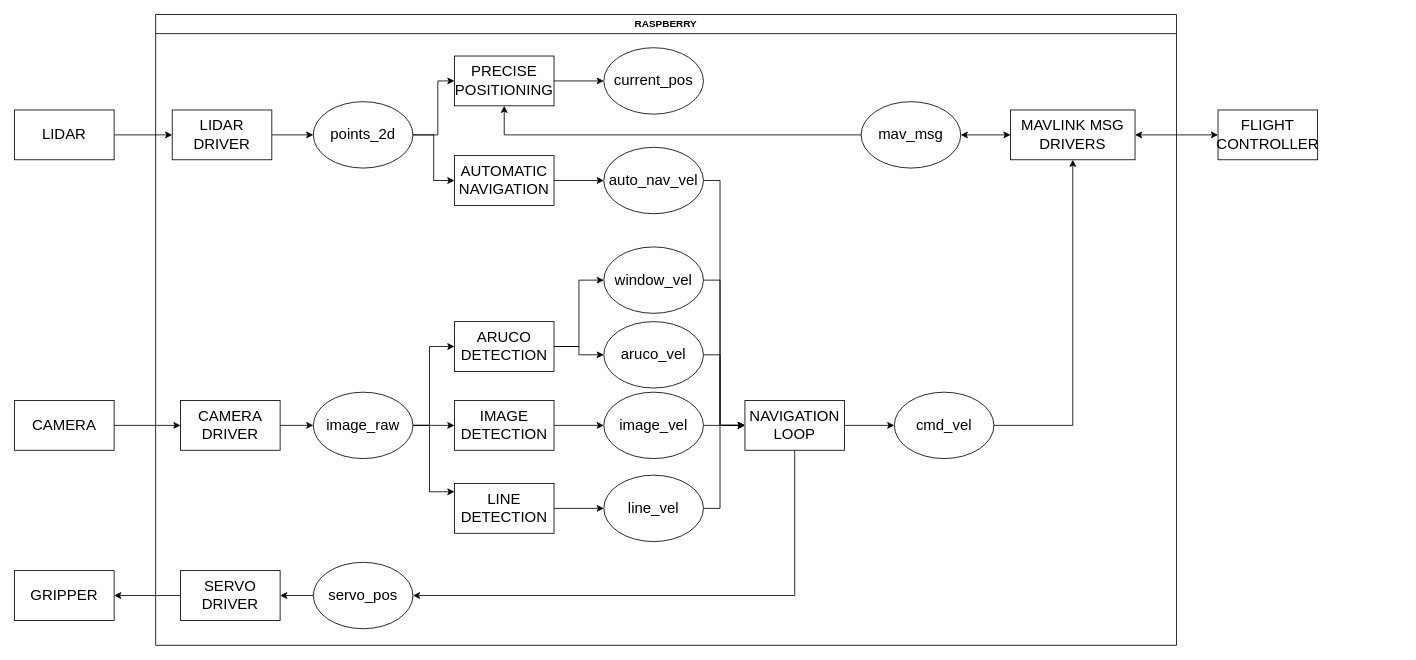
Earlier version of the draw.io diagram ros_diagram.drawio (Mi-LeV/Concours_Droneload_2025). Source tidied: cells renumbered, new cells numbered last; positions are measured from the earlier drawing's top-left corner, leaving out a move shared by most shapes. Both pictures are drawn from the tidied source at 83%, with x=0, y=0 at pixel (14, 14).
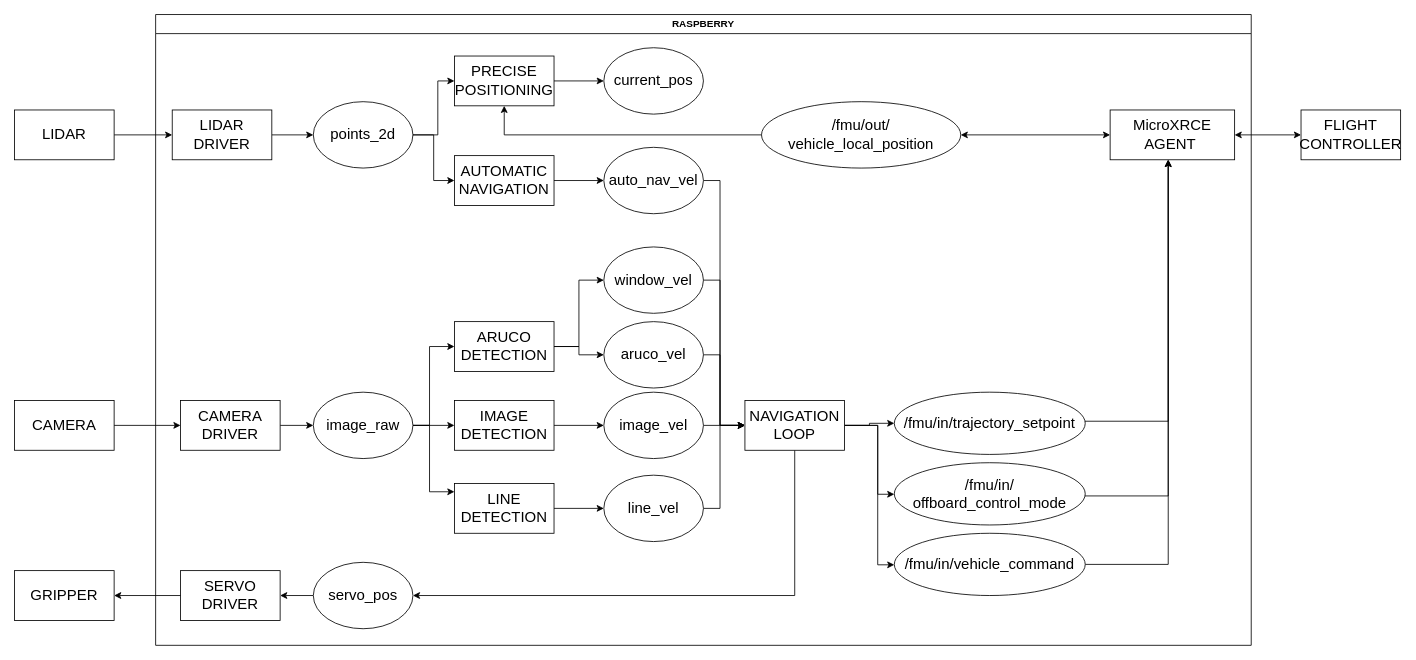
After the change.

Commit message:
ros_diagram

Unchanged cells that the change refers to:
```xml
<mxCell id="40" value="NAVIGATION LOOP" style="rounded=0;whiteSpace=wrap;html=1;fontSize=18;" parent="2" vertex="1">
  <mxGeometry x="710" y="465" width="120" height="60" as="geometry" />
</mxCell>
```

The edit, as a diff of the source:
```diff
@@
     <mxCell id="2" value="RASPBERRY" style="swimlane;whiteSpace=wrap;html=1;" parent="1" vertex="1">
-      <mxGeometry x="170" width="1230" height="760" as="geometry" />
+      <mxGeometry x="170" width="1320" height="760" as="geometry" />
     </mxCell>
@@
-    <mxCell id="12" value="MAVLINK MSG DRIVERS" style="rounded=0;whiteSpace=wrap;html=1;fontSize=18;" parent="2" vertex="1">
-      <mxGeometry x="1030" y="115" width="150" height="60" as="geometry" />
+    <mxCell id="12" value="MicroXRCE AGENT&amp;nbsp;" style="rounded=0;whiteSpace=wrap;html=1;fontSize=18;" parent="2" vertex="1">
+      <mxGeometry x="1150" y="115" width="150" height="60" as="geometry" />
     </mxCell>
@@
-    <mxCell id="15" value="&lt;font&gt;mav_msg&lt;/font&gt;" style="ellipse;whiteSpace=wrap;html=1;fontSize=18;" parent="2" vertex="1">
-      <mxGeometry x="850" y="105" width="120" height="80" as="geometry" />
+    <mxCell id="15" value="/fmu/out/&lt;div&gt;vehicle_local_position&lt;/div&gt;" style="ellipse;whiteSpace=wrap;html=1;fontSize=18;" parent="2" vertex="1">
+      <mxGeometry x="730" y="105" width="240" height="80" as="geometry" />
     </mxCell>
@@
+    <mxCell id="56" style="edgeStyle=orthogonalEdgeStyle;rounded=0;jettySize=auto;html=1;" parent="2" edge="1" source="40" target="59">
+      <mxGeometry relative="1" as="geometry">
+        <Array as="points">
+          <mxPoint x="870" y="495" />
+          <mxPoint x="870" y="578" />
+        </Array>
+      </mxGeometry>
+    </mxCell>
+    <mxCell id="57" style="edgeStyle=orthogonalEdgeStyle;rounded=0;jettySize=auto;html=1;" parent="2" edge="1" source="40" target="61">
+      <mxGeometry relative="1" as="geometry">
+        <Array as="points">
+          <mxPoint x="870" y="495" />
+          <mxPoint x="870" y="663" />
+        </Array>
+      </mxGeometry>
+    </mxCell>
@@
     <mxCell id="43" style="edgeStyle=orthogonalEdgeStyle;rounded=0;jettySize=auto;html=1;" parent="2" edge="1" source="44" target="12">
-      <mxGeometry relative="1" as="geometry" />
+      <mxGeometry relative="1" as="geometry">
+        <Array as="points">
+          <mxPoint x="1220" y="490" />
+        </Array>
+      </mxGeometry>
     </mxCell>
-    <mxCell id="44" value="cmd_vel" style="ellipse;whiteSpace=wrap;html=1;fontSize=18;" parent="2" vertex="1">
-      <mxGeometry x="890" y="455" width="120" height="80" as="geometry" />
+    <mxCell id="44" value="/fmu/in/trajectory_setpoint" style="ellipse;whiteSpace=wrap;html=1;fontSize=18;" parent="2" vertex="1">
+      <mxGeometry x="890" y="455" width="230" height="75" as="geometry" />
     </mxCell>
@@
+    <mxCell id="58" style="edgeStyle=orthogonalEdgeStyle;rounded=0;jettySize=auto;html=1;" parent="2" edge="1" source="59" target="12">
+      <mxGeometry relative="1" as="geometry">
+        <Array as="points">
+          <mxPoint x="1220" y="580" />
+        </Array>
+      </mxGeometry>
+    </mxCell>
+    <mxCell id="59" value="/fmu/in/&lt;div&gt;offboard_control_mode&lt;/div&gt;" style="ellipse;whiteSpace=wrap;html=1;fontSize=18;" parent="2" vertex="1">
+      <mxGeometry x="890" y="540" width="230" height="75" as="geometry" />
+    </mxCell>
+    <mxCell id="60" style="edgeStyle=orthogonalEdgeStyle;rounded=0;jettySize=auto;html=1;" parent="2" edge="1" source="61" target="12">
+      <mxGeometry relative="1" as="geometry">
+        <Array as="points">
+          <mxPoint x="1220" y="663" />
+        </Array>
+      </mxGeometry>
+    </mxCell>
+    <mxCell id="61" value="/fmu/in/vehicle_command" style="ellipse;whiteSpace=wrap;html=1;fontSize=18;" parent="2" vertex="1">
+      <mxGeometry x="890" y="625" width="230" height="75" as="geometry" />
+    </mxCell>
@@
     <mxCell id="50" value="FLIGHT CONTROLLER" style="rounded=0;whiteSpace=wrap;html=1;fontSize=18;" parent="1" vertex="1">
-      <mxGeometry x="1450" y="115" width="120" height="60" as="geometry" />
+      <mxGeometry x="1550" y="115" width="120" height="60" as="geometry" />
     </mxCell>
```
